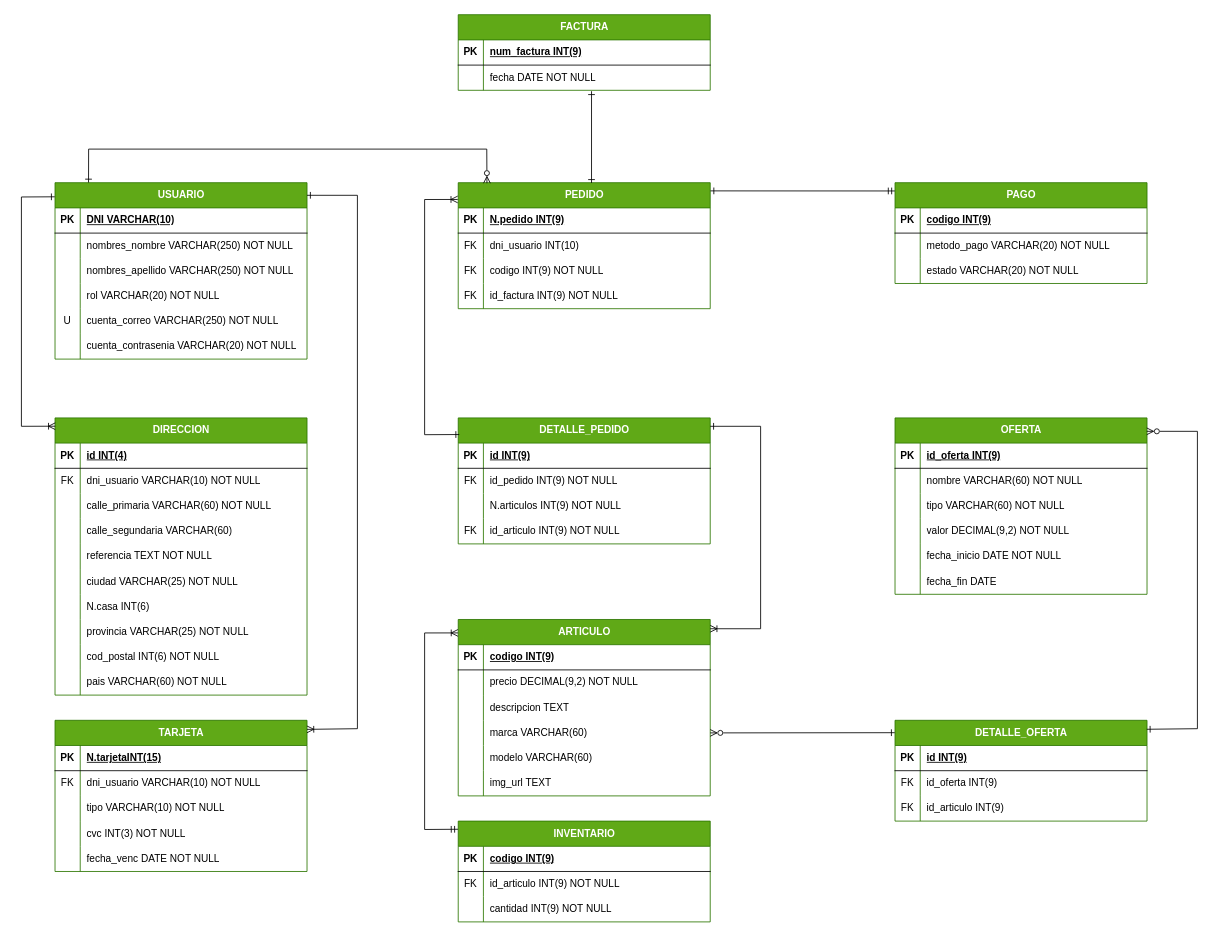
Before: DOCUMENTATION/modelos/modelo relacional.drawio in SantiagoTamayo2002/APP_STORE, a draw.io diagram. Source tidied: cells renumbered, new cells numbered last; positions are measured from the earlier drawing's top-left corner, leaving out a move shared by most shapes. Both pictures are drawn from the tidied source at 84%, with x=0, y=0 at pixel (21, 14).
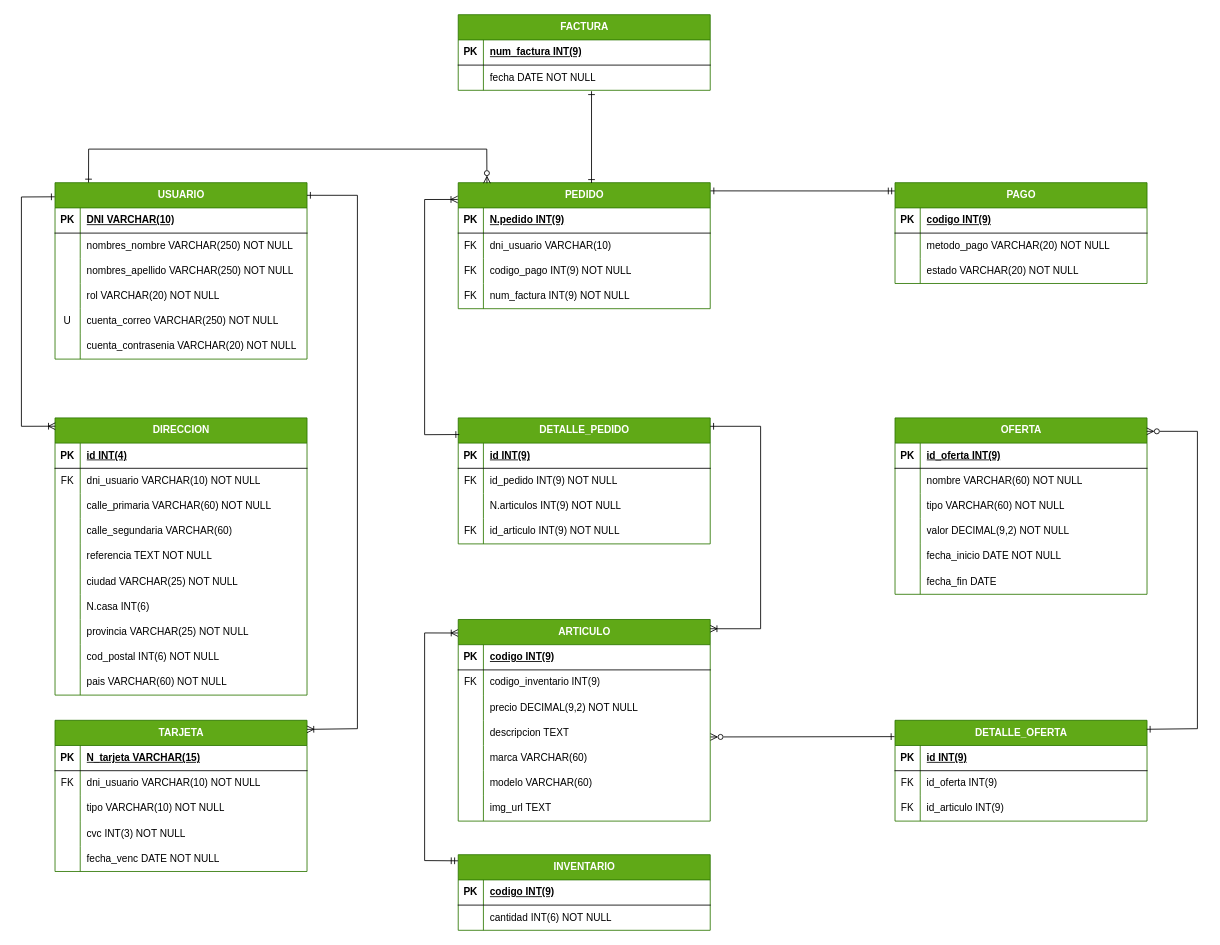
The same page after the edit.

The change refers to these unchanged cells:
```xml
<mxCell id="53" style="shape=tableRow;horizontal=0;startSize=0;swimlaneHead=0;swimlaneBody=0;fillColor=none;top=0;left=0;right=0;bottom=1;" parent="52" vertex="1">
  <mxGeometry y="30" width="300" height="30" as="geometry" />
</mxCell>
<mxCell id="74" style="shape=tableRow;horizontal=0;startSize=0;swimlaneHead=0;swimlaneBody=0;fillColor=none;top=0;left=0;right=0;bottom=0;" parent="70" vertex="1">
  <mxGeometry y="60" width="300" height="30" as="geometry" />
</mxCell>
<mxCell id="77" style="shape=tableRow;horizontal=0;startSize=0;swimlaneHead=0;swimlaneBody=0;fillColor=none;top=0;left=0;right=0;bottom=0;" parent="70" vertex="1">
  <mxGeometry y="90" width="300" height="30" as="geometry" />
</mxCell>
<mxCell id="80" style="shape=tableRow;horizontal=0;startSize=0;swimlaneHead=0;swimlaneBody=0;fillColor=none;top=0;left=0;right=0;bottom=0;" parent="70" vertex="1">
  <mxGeometry y="120" width="300" height="30" as="geometry" />
</mxCell>
<mxCell id="148" value="DETALLE_OFERTA" style="shape=table;startSize=30;childLayout=tableLayout;rowLines=0;fontStyle=1;align=center;html=1;fillColor=#60a917;fontColor=#ffffff;strokeColor=#2D7600;" parent="1" vertex="1">
  <mxGeometry x="1040" y="840" width="300" height="120" as="geometry" />
</mxCell>
```

Change to the diagram source:
```diff
@@
-    <mxCell id="55" value="N.tarjetaINT(15)" style="shape=partialRectangle;fillColor=none;top=0;left=0;bottom=0;right=0;align=left;spacingLeft=6;fontStyle=5;overflow=hidden;whiteSpace=wrap;html=1;" parent="53" vertex="1">
+    <mxCell id="55" value="N_tarjeta VARCHAR(15)" style="shape=partialRectangle;fillColor=none;top=0;left=0;bottom=0;right=0;align=left;spacingLeft=6;fontStyle=5;overflow=hidden;whiteSpace=wrap;html=1;" parent="53" vertex="1">
       <mxGeometry x="30" width="270" height="30" as="geometry" />
     </mxCell>
@@
-    <mxCell id="76" value="dni_usuario INT(10)&amp;nbsp;" style="shape=partialRectangle;fillColor=none;top=0;left=0;bottom=0;right=0;align=left;spacingLeft=6;overflow=hidden;whiteSpace=wrap;html=1;" parent="74" vertex="1">
+    <mxCell id="76" value="dni_usuario VARCHAR(10)&amp;nbsp;" style="shape=partialRectangle;fillColor=none;top=0;left=0;bottom=0;right=0;align=left;spacingLeft=6;overflow=hidden;whiteSpace=wrap;html=1;" parent="74" vertex="1">
       <mxGeometry x="30" width="270" height="30" as="geometry" />
     </mxCell>
@@
-    <mxCell id="79" value="codigo INT(9) NOT NULL" style="shape=partialRectangle;fillColor=none;top=0;left=0;bottom=0;right=0;align=left;spacingLeft=6;overflow=hidden;whiteSpace=wrap;html=1;" parent="77" vertex="1">
+    <mxCell id="79" value="codigo_pago INT(9) NOT NULL" style="shape=partialRectangle;fillColor=none;top=0;left=0;bottom=0;right=0;align=left;spacingLeft=6;overflow=hidden;whiteSpace=wrap;html=1;" parent="77" vertex="1">
       <mxGeometry x="30" width="270" height="30" as="geometry" />
     </mxCell>
@@
-    <mxCell id="82" value="id_factura INT(9) NOT NULL" style="shape=partialRectangle;fillColor=none;top=0;left=0;bottom=0;right=0;align=left;spacingLeft=6;overflow=hidden;whiteSpace=wrap;html=1;" parent="80" vertex="1">
+    <mxCell id="82" value="num_factura INT(9) NOT NULL" style="shape=partialRectangle;fillColor=none;top=0;left=0;bottom=0;right=0;align=left;spacingLeft=6;overflow=hidden;whiteSpace=wrap;html=1;" parent="80" vertex="1">
       <mxGeometry x="30" width="270" height="30" as="geometry" />
     </mxCell>
@@
     <mxCell id="98" value="ARTICULO" style="shape=table;startSize=30;childLayout=tableLayout;rowLines=0;fontStyle=1;align=center;html=1;fillColor=#60a917;fontColor=#ffffff;strokeColor=#2D7600;" parent="1" vertex="1">
-      <mxGeometry x="520" y="720" width="300" height="210" as="geometry" />
+      <mxGeometry x="520" y="720" width="300" height="240" as="geometry" />
     </mxCell>
@@
+    <mxCell id="122" style="shape=tableRow;horizontal=0;startSize=0;swimlaneHead=0;swimlaneBody=0;fillColor=none;top=0;left=0;right=0;bottom=0;" parent="98" vertex="1">
+      <mxGeometry y="60" width="300" height="30" as="geometry" />
+    </mxCell>
+    <mxCell id="123" value="FK" style="shape=partialRectangle;fillColor=none;top=0;left=0;bottom=0;right=0;overflow=hidden;whiteSpace=wrap;html=1;" parent="122" vertex="1">
+      <mxGeometry width="30" height="30" as="geometry" />
+    </mxCell>
+    <mxCell id="179" value="codigo_inventario INT(9)" style="shape=partialRectangle;fillColor=none;top=0;left=0;bottom=0;right=0;align=left;spacingLeft=6;overflow=hidden;whiteSpace=wrap;html=1;" parent="122" vertex="1">
+      <mxGeometry x="30" width="270" height="30" as="geometry" />
+    </mxCell>
     <mxCell id="102" style="shape=tableRow;horizontal=0;startSize=0;swimlaneHead=0;swimlaneBody=0;fillColor=none;top=0;left=0;right=0;bottom=0;" parent="98" vertex="1">
-      <mxGeometry y="60" width="300" height="30" as="geometry" />
+      <mxGeometry y="90" width="300" height="30" as="geometry" />
     </mxCell>
@@
     <mxCell id="105" style="shape=tableRow;horizontal=0;startSize=0;swimlaneHead=0;swimlaneBody=0;fillColor=none;points=[[0,0.5],[1,0.5]];portConstraint=eastwest;top=0;left=0;right=0;bottom=0;" parent="98" vertex="1">
-      <mxGeometry y="90" width="300" height="30" as="geometry" />
+      <mxGeometry y="120" width="300" height="30" as="geometry" />
     </mxCell>
@@
     <mxCell id="108" style="shape=tableRow;horizontal=0;startSize=0;swimlaneHead=0;swimlaneBody=0;fillColor=none;points=[[0,0.5],[1,0.5]];portConstraint=eastwest;top=0;left=0;right=0;bottom=0;" parent="98" vertex="1">
-      <mxGeometry y="120" width="300" height="30" as="geometry" />
+      <mxGeometry y="150" width="300" height="30" as="geometry" />
     </mxCell>
@@
     <mxCell id="111" style="shape=tableRow;horizontal=0;startSize=0;swimlaneHead=0;swimlaneBody=0;fillColor=none;top=0;left=0;right=0;bottom=0;" parent="98" vertex="1">
-      <mxGeometry y="150" width="300" height="30" as="geometry" />
+      <mxGeometry y="180" width="300" height="30" as="geometry" />
     </mxCell>
@@
     <mxCell id="114" style="shape=tableRow;horizontal=0;startSize=0;swimlaneHead=0;swimlaneBody=0;fillColor=none;top=0;left=0;right=0;bottom=0;" parent="98" vertex="1">
-      <mxGeometry y="180" width="300" height="30" as="geometry" />
+      <mxGeometry y="210" width="300" height="30" as="geometry" />
     </mxCell>
@@
     <mxCell id="118" value="INVENTARIO" style="shape=table;startSize=30;childLayout=tableLayout;rowLines=0;fontStyle=1;align=center;html=1;fillColor=#60a917;fontColor=#ffffff;strokeColor=#2D7600;" parent="1" vertex="1">
-      <mxGeometry x="520" y="960" width="300" height="120" as="geometry" />
+      <mxGeometry x="520" y="1000" width="300" height="90" as="geometry" />
     </mxCell>
@@
-    <mxCell id="122" style="shape=tableRow;horizontal=0;startSize=0;swimlaneHead=0;swimlaneBody=0;fillColor=none;top=0;left=0;right=0;bottom=0;" parent="118" vertex="1">
-      <mxGeometry y="60" width="300" height="30" as="geometry" />
-    </mxCell>
-    <mxCell id="123" value="FK" style="shape=partialRectangle;fillColor=none;top=0;left=0;bottom=0;right=0;overflow=hidden;whiteSpace=wrap;html=1;" parent="122" vertex="1">
-      <mxGeometry width="30" height="30" as="geometry" />
-    </mxCell>
-    <mxCell id="124" value="id_articulo INT(9) NOT NULL" style="shape=partialRectangle;fillColor=none;top=0;left=0;bottom=0;right=0;align=left;spacingLeft=6;overflow=hidden;whiteSpace=wrap;html=1;" parent="122" vertex="1">
-      <mxGeometry x="30" width="270" height="30" as="geometry" />
-    </mxCell>
     <mxCell id="125" style="shape=tableRow;horizontal=0;startSize=0;swimlaneHead=0;swimlaneBody=0;fillColor=none;top=0;left=0;right=0;bottom=0;" parent="118" vertex="1">
-      <mxGeometry y="90" width="300" height="30" as="geometry" />
+      <mxGeometry y="60" width="300" height="30" as="geometry" />
     </mxCell>
@@
-    <mxCell id="127" value="cantidad INT(9) NOT NULL" style="shape=partialRectangle;fillColor=none;top=0;left=0;bottom=0;right=0;align=left;spacingLeft=6;overflow=hidden;whiteSpace=wrap;html=1;" parent="125" vertex="1">
+    <mxCell id="127" value="cantidad INT(6) NOT NULL" style="shape=partialRectangle;fillColor=none;top=0;left=0;bottom=0;right=0;align=left;spacingLeft=6;overflow=hidden;whiteSpace=wrap;html=1;" parent="125" vertex="1">
       <mxGeometry x="30" width="270" height="30" as="geometry" />
     </mxCell>
-    <mxCell id="128" style="endArrow=ERmandOne;html=1;rounded=0;endFill=0;startArrow=ERoneToMany;startFill=0;exitX=-0.001;exitY=0.076;exitDx=0;exitDy=0;exitPerimeter=0;entryX=-0.001;entryY=0.081;entryDx=0;entryDy=0;entryPerimeter=0;" parent="1" edge="1" source="98" target="118">
+    <mxCell id="128" style="endArrow=ERmandOne;html=1;rounded=0;endFill=0;startArrow=ERoneToMany;startFill=0;exitX=-0.001;exitY=0.067;exitDx=0;exitDy=0;exitPerimeter=0;entryX=-0.001;entryY=0.081;entryDx=0;entryDy=0;entryPerimeter=0;" parent="1" edge="1" source="98" target="118">
       <mxGeometry relative="1" as="geometry">
         <Array as="points">
           <mxPoint x="480" y="736" />
-          <mxPoint x="480" y="970" />
+          <mxPoint x="480" y="1007" />
         </Array>
       </mxGeometry>
     </mxCell>
@@
-    <mxCell id="159" style="endArrow=ERzeroToMany;html=1;rounded=0;endFill=0;entryX=1;entryY=0.5;entryDx=0;entryDy=0;exitX=-0.001;exitY=0.123;exitDx=0;exitDy=0;exitPerimeter=0;startArrow=ERone;startFill=0;" parent="1" edge="1" source="148" target="108">
+    <mxCell id="159" style="endArrow=ERzeroToMany;html=1;rounded=0;endFill=0;exitX=-0.002;exitY=0.162;exitDx=0;exitDy=0;exitPerimeter=0;startArrow=ERone;startFill=0;entryX=1.001;entryY=0.661;entryDx=0;entryDy=0;entryPerimeter=0;" parent="1" edge="1" source="148" target="105">
       <mxGeometry relative="1" as="geometry" />
     </mxCell>
```
